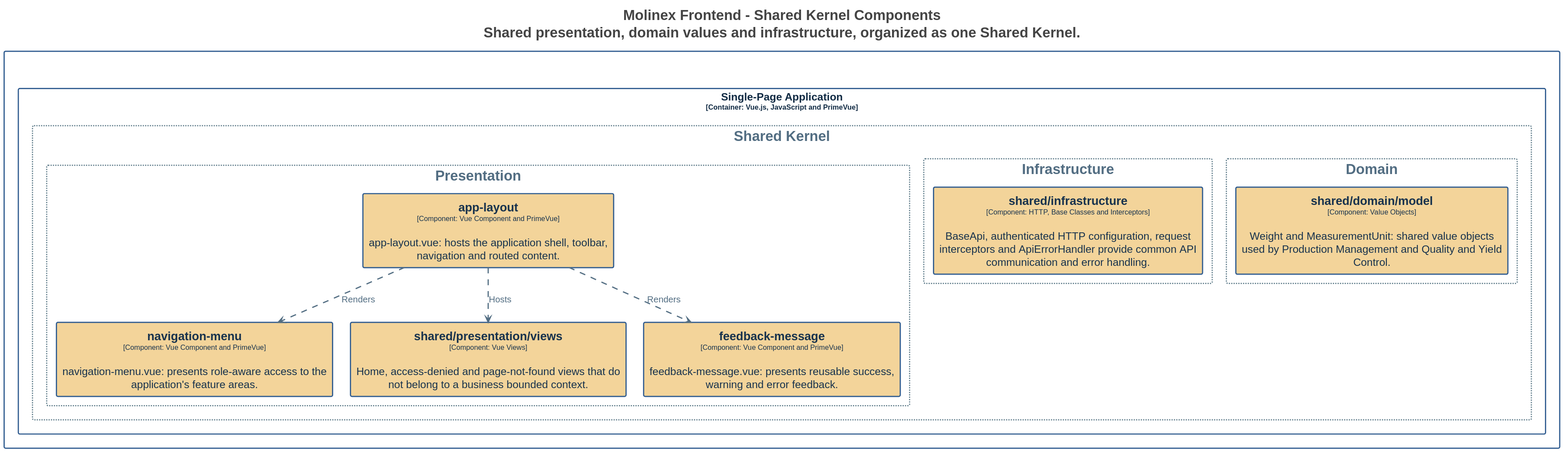
Before: assets/Images Chapter 4/Domain-Driven Software Architecture/C4 Model/frontend-shared-kernel-component-diagram.svg, a diagram exported from PlantUML (Vanguard-app-web/molinex-report-apweb).
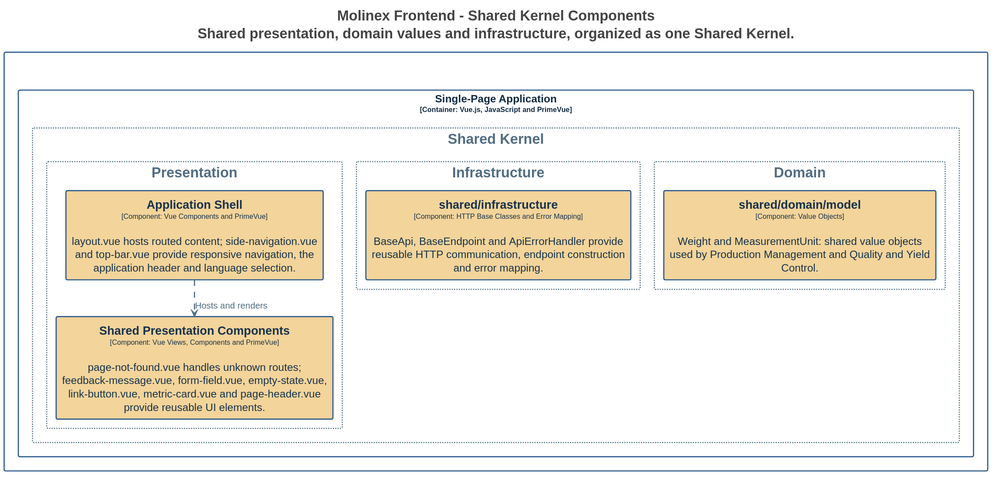
The same file after the commit.

Commit message:
docs(c4): align frontend components with implementation

Diff of the diagram source:
```diff
@@ -3,8 +3,8 @@
 
 set separator none
 top to bottom direction
-skinparam ranksep 60
-skinparam nodesep 30
+skinparam ranksep 20
+skinparam nodesep 5
 hide stereotype
 
 <style>
@@ -55,6 +55,7 @@
     LineColor: #526d82;
     FontColor: #526d82;
     FontSize: 15;
+    MaximumWidth: 200;
   }
   // Molinex Platform
   .Boundary-TW9saW5leCBQbGF0Zm9ybQ== {
@@ -126,20 +127,18 @@
 
 rectangle "Molinex Platform\n<size:12>[Software System]</size>" <<Boundary-TW9saW5leCBQbGF0Zm9ybQ==>> {
   rectangle "Single-Page Application\n<size:12>[Container: Vue.js, JavaScript and PrimeVue]</size>" <<Boundary-U2luZ2xlLVBhZ2UgQXBwbGljYXRpb24=>> {
-    rectangle "Shared Kernel" <<Group-U2hhcmVkIEtlcm5lbA==>> as groupU2hhcmVkIEtlcm5lbA== {
-        rectangle "Domain" <<Group-U2hhcmVkIEtlcm5lbC9Eb21haW4=>> as groupU2hhcmVkIEtlcm5lbC9Eb21haW4= {
+    rectangle "Shared Kernel" <<Group-U2hhcmVkIEtlcm5lbA==>> as group39 {
+        rectangle "Domain" <<Group-U2hhcmVkIEtlcm5lbC9Eb21haW4=>> as group40 {
           rectangle "==shared/domain/model\n<size:12>[Component: Value Objects]</size>\n\nWeight and MeasurementUnit: shared value objects used by Production Management and Quality and Yield Control." <<Element-RWxlbWVudCxDb21wb25lbnQsRnJvbnRlbmQgRG9tYWluLFNoYXJlZCBLZXJuZWw=>> as MolinexPlatform.SinglePageApplication.shareddomainmodel
         }
 
-        rectangle "Infrastructure" <<Group-U2hhcmVkIEtlcm5lbC9JbmZyYXN0cnVjdHVyZQ==>> as groupU2hhcmVkIEtlcm5lbC9JbmZyYXN0cnVjdHVyZQ== {
-          rectangle "==shared/infrastructure\n<size:12>[Component: HTTP, Base Classes and Interceptors]</size>\n\nBaseApi, authenticated HTTP configuration, request interceptors and ApiErrorHandler provide common API communication and error handling." <<Element-RWxlbWVudCxDb21wb25lbnQsRnJvbnRlbmQgSW5mcmFzdHJ1Y3R1cmUsU2hhcmVkIEtlcm5lbA==>> as MolinexPlatform.SinglePageApplication.sharedinfrastructure
+        rectangle "Infrastructure" <<Group-U2hhcmVkIEtlcm5lbC9JbmZyYXN0cnVjdHVyZQ==>> as group41 {
+          rectangle "==shared/infrastructure\n<size:12>[Component: HTTP Base Classes and Error Mapping]</size>\n\nBaseApi, BaseEndpoint and ApiErrorHandler provide reusable HTTP communication, endpoint construction and error mapping." <<Element-RWxlbWVudCxDb21wb25lbnQsRnJvbnRlbmQgSW5mcmFzdHJ1Y3R1cmUsU2hhcmVkIEtlcm5lbA==>> as MolinexPlatform.SinglePageApplication.sharedinfrastructure
         }
 
-        rectangle "Presentation" <<Group-U2hhcmVkIEtlcm5lbC9QcmVzZW50YXRpb24=>> as groupU2hhcmVkIEtlcm5lbC9QcmVzZW50YXRpb24= {
-          rectangle "==app-layout\n<size:12>[Component: Vue Component and PrimeVue]</size>\n\napp-layout.vue: hosts the application shell, toolbar, navigation and routed content." <<Element-RWxlbWVudCxDb21wb25lbnQsRnJvbnRlbmQgUHJlc2VudGF0aW9uLFNoYXJlZCBLZXJuZWw=>> as MolinexPlatform.SinglePageApplication.applayout
-          rectangle "==navigation-menu\n<size:12>[Component: Vue Component and PrimeVue]</size>\n\nnavigation-menu.vue: presents role-aware access to the application's feature areas." <<Element-RWxlbWVudCxDb21wb25lbnQsRnJvbnRlbmQgUHJlc2VudGF0aW9uLFNoYXJlZCBLZXJuZWw=>> as MolinexPlatform.SinglePageApplication.navigationmenu
-          rectangle "==shared/presentation/views\n<size:12>[Component: Vue Views]</size>\n\nHome, access-denied and page-not-found views that do not belong to a business bounded context." <<Element-RWxlbWVudCxDb21wb25lbnQsRnJvbnRlbmQgUHJlc2VudGF0aW9uLFNoYXJlZCBLZXJuZWw=>> as MolinexPlatform.SinglePageApplication.sharedpresentationviews
-          rectangle "==feedback-message\n<size:12>[Component: Vue Component and PrimeVue]</size>\n\nfeedback-message.vue: presents reusable success, warning and error feedback." <<Element-RWxlbWVudCxDb21wb25lbnQsRnJvbnRlbmQgUHJlc2VudGF0aW9uLFNoYXJlZCBLZXJuZWw=>> as MolinexPlatform.SinglePageApplication.feedbackmessage
+        rectangle "Presentation" <<Group-U2hhcmVkIEtlcm5lbC9QcmVzZW50YXRpb24=>> as group42 {
+          rectangle "==Application Shell\n<size:12>[Component: Vue Components and PrimeVue]</size>\n\nlayout.vue hosts routed content; side-navigation.vue and top-bar.vue provide responsive navigation, the application header and language selection." <<Element-RWxlbWVudCxDb21wb25lbnQsRnJvbnRlbmQgUHJlc2VudGF0aW9uLFNoYXJlZCBLZXJuZWw=>> as MolinexPlatform.SinglePageApplication.ApplicationShell
+          rectangle "==Shared Presentation Components\n<size:12>[Component: Vue Views, Components and PrimeVue]</size>\n\npage-not-found.vue handles unknown routes; feedback-message.vue, form-field.vue, empty-state.vue, link-button.vue, metric-card.vue and page-header.vue provide reusable UI elements." <<Element-RWxlbWVudCxDb21wb25lbnQsRnJvbnRlbmQgUHJlc2VudGF0aW9uLFNoYXJlZCBLZXJuZWw=>> as MolinexPlatform.SinglePageApplication.SharedPresentationComponents
         }
 
     }
@@ -148,7 +147,5 @@
 
 }
 
-MolinexPlatform.SinglePageApplication.applayout --> MolinexPlatform.SinglePageApplication.navigationmenu <<Relationship-UmVsYXRpb25zaGlw>> : "Renders"
-MolinexPlatform.SinglePageApplication.applayout --> MolinexPlatform.SinglePageApplication.sharedpresentationviews <<Relationship-UmVsYXRpb25zaGlw>> : "Hosts"
-MolinexPlatform.SinglePageApplication.applayout --> MolinexPlatform.SinglePageApplication.feedbackmessage <<Relationship-UmVsYXRpb25zaGlw>> : "Renders"
+MolinexPlatform.SinglePageApplication.ApplicationShell --> MolinexPlatform.SinglePageApplication.SharedPresentationComponents <<Relationship-UmVsYXRpb25zaGlw>> : "Hosts and renders"
 @enduml
```
